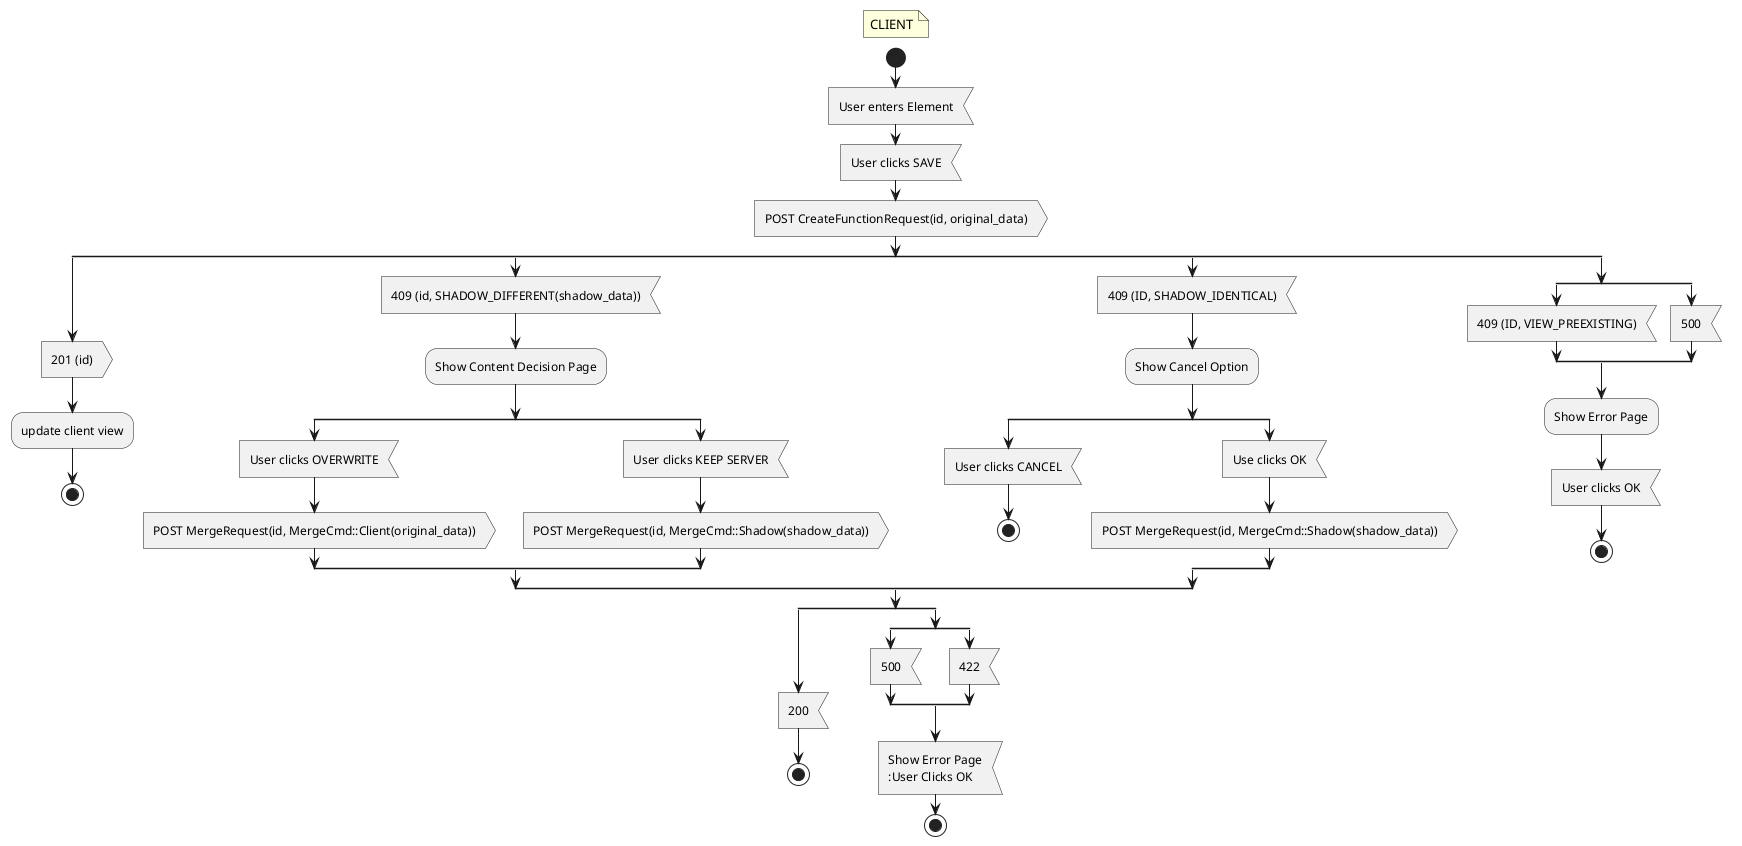
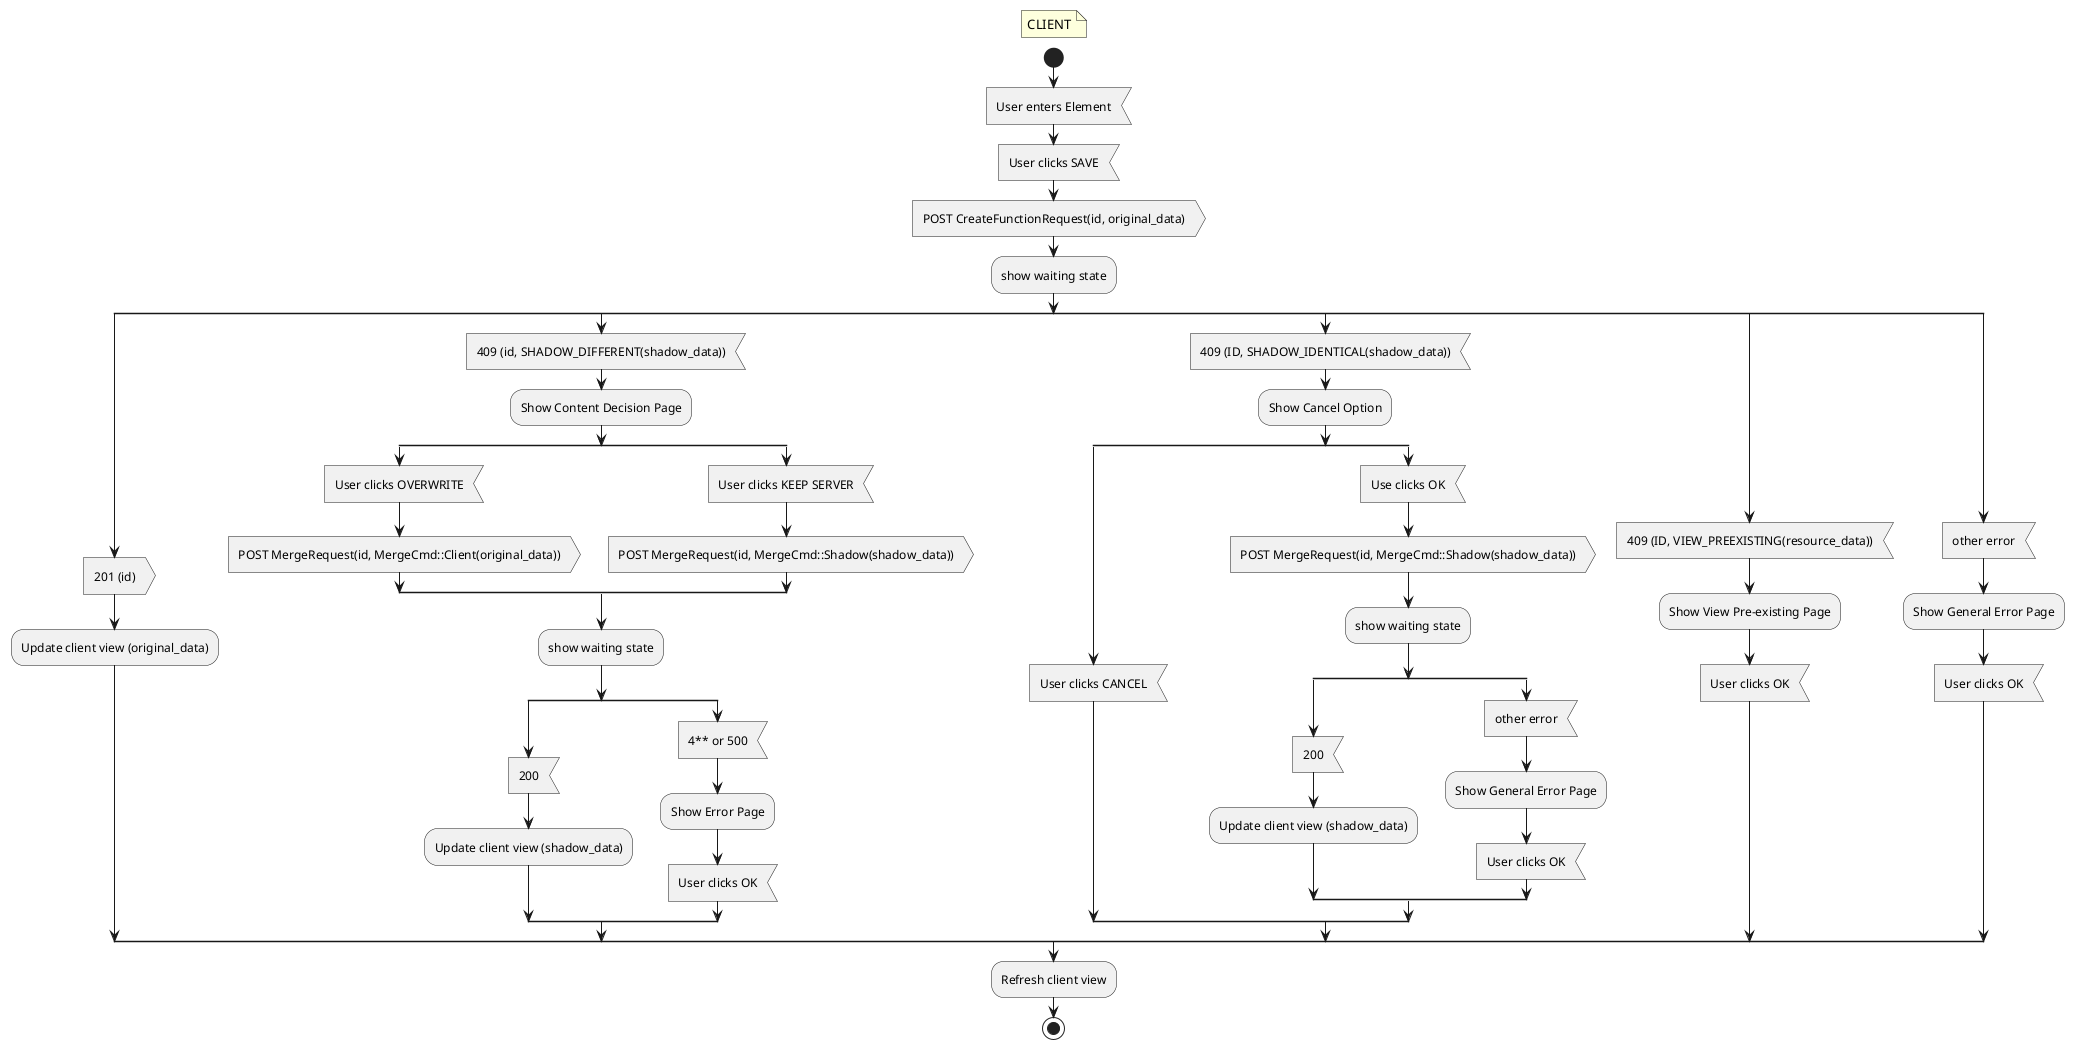
@startuml
!pragma useVerticalIf on
floating note: CLIENT

start
:User enters Element; <<input>>
:User clicks SAVE; <<input>>
:POST CreateFunctionRequest(id, original_data); <<output>>
+ :show waiting state;
split
    :201 (id); <<output>>
-     :update client view;
-     stop
+     :Update client view (original_data);
split again
    :409 (id, SHADOW_DIFFERENT(shadow_data)); <<input>>
    :Show Content Decision Page;
    split
        :User clicks OVERWRITE; <<input>>
        :POST MergeRequest(id, MergeCmd::Client(original_data)); <<output>>
    split again
        :User clicks KEEP SERVER; <<input>>
        :POST MergeRequest(id, MergeCmd::Shadow(shadow_data)); <<output>>
    end split
+     :show waiting state;
+     split
+         :200; <<input>>
+         :Update client view (shadow_data);
+     split again
+         :4** or 500; <<input>>
+         :Show Error Page;
+         :User clicks OK; <<input>>
+     end split
split again
-     :409 (ID, SHADOW_IDENTICAL); <<input>>
+     :409 (ID, SHADOW_IDENTICAL(shadow_data)); <<input>>
    :Show Cancel Option;
    split
        :User clicks CANCEL; <<input>>
-         stop
    split again
        :Use clicks OK; <<input>>
        :POST MergeRequest(id, MergeCmd::Shadow(shadow_data)); <<output>>
+         :show waiting state;
+         split
+         :200; <<input>>
+         :Update client view (shadow_data);
+         split again
+             :other error; <<input>>
+             :Show General Error Page;
+             :User clicks OK; <<input>>
+         end split
    end split
split again
-     split
-         :409 (ID, VIEW_PREEXISTING); <<input>>
-     split again
-         :500; <<input>>
-     end split
-     :Show Error Page;
+     :409 (ID, VIEW_PREEXISTING(resource_data)); <<input>>
+     :Show View Pre-existing Page;
    :User clicks OK; <<input>>
-     stop
+ split again
+     :other error; <<input>>
+     :Show General Error Page;
+     :User clicks OK; <<input>>
end split
- split
-     :200; <<input>>
-     stop
- split again
-     split
-         :500; <<input>>
-     split again
-         :422; <<input>>
-     end split
-     :Show Error Page
-     :User Clicks OK; <<input>>
-     stop
- end split
+ :Refresh client view;
+ stop
@enduml